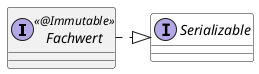
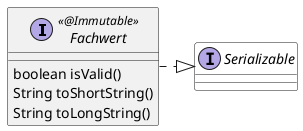
@startuml

interface Fachwert << @Immutable >> {
+     boolean isValid()
+     String toShortString()
+     String toLongString()
}
interface Serializable #white

Serializable <|.left. Fachwert

@enduml
